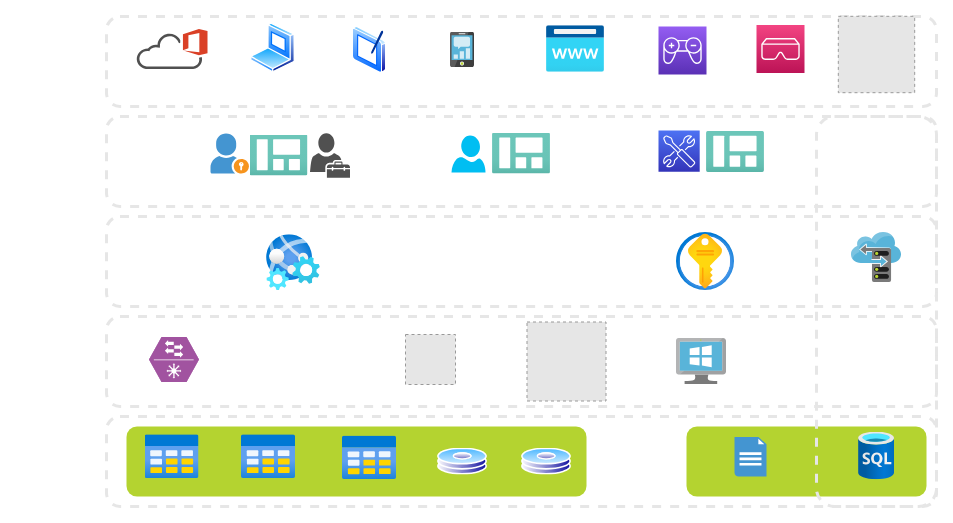
This is diagrama-plataforma-juegos-ecopetrol.drawio from atractorestudio/docs, a draw.io file, before an edit. Source tidied: cells renumbered, new cells numbered last; positions are measured from the earlier drawing's top-left corner, leaving out a move shared by most shapes. Both pictures are drawn from the tidied source at 100%, with x=0, y=0 at pixel (106, 16). Pictures stored in the file or linked from it are replaced by grey dashed boxes.
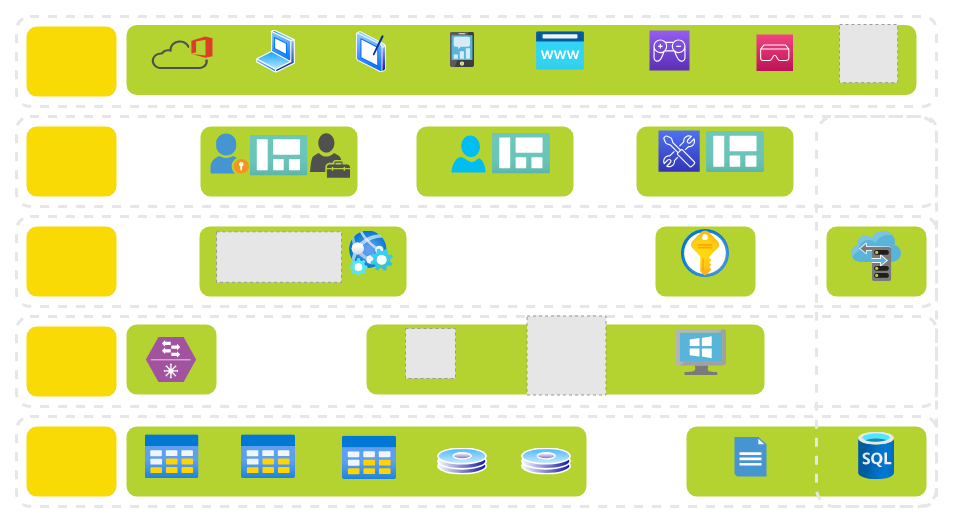
The same page after the edit.

The edit, as a diff of the source:
```diff
@@
+    <mxCell id="8" style="rounded=1;whiteSpace=wrap;html=1;dashed=1;strokeColor=#E6E6E6;strokeWidth=3;" parent="1" vertex="1">
+      <mxGeometry x="-90" width="920" height="90" as="geometry" />
+    </mxCell>
+    <mxCell id="39" style="rounded=1;whiteSpace=wrap;html=1;dashed=1;sketch=0;strokeWidth=3;strokeColor=none;fillColor=#B4D330;" parent="1" vertex="1">
+      <mxGeometry x="20" y="8.5" width="790" height="70" as="geometry" />
+    </mxCell>
+    <mxCell id="7" style="rounded=1;whiteSpace=wrap;html=1;dashed=1;strokeColor=#E6E6E6;strokeWidth=3;" parent="1" vertex="1">
+      <mxGeometry x="-90" y="100" width="920" height="90" as="geometry" />
+    </mxCell>
+    <mxCell id="40" style="rounded=1;whiteSpace=wrap;html=1;dashed=1;sketch=0;strokeWidth=3;strokeColor=none;fillColor=#B4D330;" parent="1" vertex="1">
+      <mxGeometry x="530" y="110" width="157" height="70" as="geometry" />
+    </mxCell>
+    <mxCell id="41" style="rounded=1;whiteSpace=wrap;html=1;dashed=1;sketch=0;strokeWidth=3;strokeColor=none;fillColor=#B4D330;" parent="1" vertex="1">
+      <mxGeometry x="310" y="110" width="157" height="70" as="geometry" />
+    </mxCell>
+    <mxCell id="42" style="rounded=1;whiteSpace=wrap;html=1;dashed=1;sketch=0;strokeWidth=3;strokeColor=none;fillColor=#B4D330;" parent="1" vertex="1">
+      <mxGeometry x="94" y="110" width="157" height="70" as="geometry" />
+    </mxCell>
+    <mxCell id="6" style="rounded=1;whiteSpace=wrap;html=1;dashed=1;strokeColor=#E6E6E6;strokeWidth=3;" parent="1" vertex="1">
+      <mxGeometry x="-90" y="200" width="920" height="90" as="geometry" />
+    </mxCell>
+    <mxCell id="43" style="rounded=1;whiteSpace=wrap;html=1;dashed=1;sketch=0;strokeWidth=3;strokeColor=none;fillColor=#B4D330;" parent="1" vertex="1">
+      <mxGeometry x="720" y="210" width="100" height="70" as="geometry" />
+    </mxCell>
+    <mxCell id="44" style="rounded=1;whiteSpace=wrap;html=1;dashed=1;sketch=0;strokeWidth=3;strokeColor=none;fillColor=#B4D330;" parent="1" vertex="1">
+      <mxGeometry x="549" y="210" width="100" height="70" as="geometry" />
+    </mxCell>
+    <mxCell id="45" style="rounded=1;whiteSpace=wrap;html=1;dashed=1;sketch=0;strokeWidth=3;strokeColor=none;fillColor=#B4D330;" parent="1" vertex="1">
+      <mxGeometry x="93" y="210" width="207" height="70" as="geometry" />
+    </mxCell>
+    <mxCell id="4" style="rounded=1;whiteSpace=wrap;html=1;dashed=1;strokeColor=#E6E6E6;strokeWidth=3;" parent="1" vertex="1">
+      <mxGeometry x="-90" y="300" width="920" height="90" as="geometry" />
+    </mxCell>
+    <mxCell id="46" style="rounded=1;whiteSpace=wrap;html=1;dashed=1;sketch=0;strokeWidth=3;strokeColor=none;fillColor=#B4D330;" parent="1" vertex="1">
+      <mxGeometry x="20" y="308" width="90" height="70" as="geometry" />
+    </mxCell>
+    <mxCell id="47" style="rounded=1;whiteSpace=wrap;html=1;dashed=1;sketch=0;strokeWidth=3;strokeColor=none;fillColor=#B4D330;" parent="1" vertex="1">
+      <mxGeometry x="260" y="308" width="398" height="70" as="geometry" />
+    </mxCell>
     <mxCell id="2" style="rounded=1;whiteSpace=wrap;html=1;dashed=1;strokeColor=#E6E6E6;strokeWidth=3;" parent="1" vertex="1">
-      <mxGeometry y="400" width="830" height="90" as="geometry" />
+      <mxGeometry x="-90" y="400" width="920" height="90" as="geometry" />
     </mxCell>
@@
-    <mxCell id="4" style="rounded=1;whiteSpace=wrap;html=1;dashed=1;strokeColor=#E6E6E6;strokeWidth=3;" parent="1" vertex="1">
-      <mxGeometry y="300" width="830" height="90" as="geometry" />
-    </mxCell>
@@
-    <mxCell id="6" style="rounded=1;whiteSpace=wrap;html=1;dashed=1;strokeColor=#E6E6E6;strokeWidth=3;" parent="1" vertex="1">
-      <mxGeometry y="200" width="830" height="90" as="geometry" />
-    </mxCell>
-    <mxCell id="7" style="rounded=1;whiteSpace=wrap;html=1;dashed=1;strokeColor=#E6E6E6;strokeWidth=3;" parent="1" vertex="1">
-      <mxGeometry y="100" width="830" height="90" as="geometry" />
-    </mxCell>
-    <mxCell id="8" style="rounded=1;whiteSpace=wrap;html=1;dashed=1;strokeColor=#E6E6E6;strokeWidth=3;" parent="1" vertex="1">
-      <mxGeometry width="830" height="90" as="geometry" />
-    </mxCell>
@@
     <mxCell id="15" style="html=1;align=center;image;fontSize=12;image=img/lib/azure2/preview/Web_Environment.svg;dashed=1;sketch=1;strokeColor=#E6E6E6;strokeWidth=3;fillColor=none;" parent="1" vertex="1">
-      <mxGeometry x="160" y="218.3" width="54" height="55.7" as="geometry" />
+      <mxGeometry x="243" y="214.6" width="44" height="45.4" as="geometry" />
     </mxCell>
     <mxCell id="16" style="html=1;align=center;image;fontSize=12;image=img/lib/azure2/security/Key_Vaults.svg;dashed=1;sketch=1;strokeColor=#E6E6E6;strokeWidth=3;fillColor=none;" parent="1" vertex="1">
-      <mxGeometry x="570" y="216" width="58" height="58" as="geometry" />
+      <mxGeometry x="575" y="213" width="48" height="48" as="geometry" />
     </mxCell>
@@
     <mxCell id="18" style="html=1;align=center;image;fontSize=12;image=img/lib/mscae/Storage_sync_service.svg;dashed=1;sketch=1;strokeColor=#E6E6E6;strokeWidth=3;fillColor=none;" parent="1" vertex="1">
-      <mxGeometry x="745" y="216" width="50" height="50" as="geometry" />
+      <mxGeometry x="745" y="215" width="50" height="50" as="geometry" />
     </mxCell>
     <mxCell id="19" style="shadow=0;dashed=0;html=1;strokeColor=none;fillColor=#505050;labelPosition=center;verticalLabelPosition=bottom;verticalAlign=top;align=center;shape=mxgraph.office.clouds.office_365;sketch=0;" parent="1" vertex="1">
-      <mxGeometry x="30" y="12.5" width="71" height="40" as="geometry" />
+      <mxGeometry x="45" y="20" width="61" height="32.5" as="geometry" />
     </mxCell>
     <mxCell id="20" style="perimeter=ellipsePerimeter;html=1;align=center;shadow=0;dashed=0;spacingTop=3;image;image=img/lib/active_directory/laptop_client.svg;sketch=0;strokeColor=#E6E6E6;strokeWidth=3;fillColor=none;" parent="1" vertex="1">
-      <mxGeometry x="144" y="6.5" width="45" height="50" as="geometry" />
+      <mxGeometry x="150" y="13.5" width="39" height="43.3" as="geometry" />
     </mxCell>
@@
     <mxCell id="22" style="perimeter=ellipsePerimeter;html=1;align=center;shadow=0;dashed=0;spacingTop=3;image;image=img/lib/active_directory/tablet_pc.svg;sketch=0;strokeColor=#E6E6E6;strokeWidth=3;fillColor=none;" parent="1" vertex="1">
-      <mxGeometry x="246" y="10.1" width="34" height="46.6" as="geometry" />
+      <mxGeometry x="250" y="15.1" width="30" height="41.1" as="geometry" />
     </mxCell>
     <mxCell id="23" style="html=1;align=center;image;fontSize=12;image=img/lib/azure2/app_services/App_Service_Domains.svg;dashed=1;sketch=0;strokeColor=#E6E6E6;strokeWidth=3;fillColor=none;" parent="1" vertex="1">
-      <mxGeometry x="440" y="9.3" width="58" height="46.4" as="geometry" />
+      <mxGeometry x="430" y="15.3" width="48" height="38.4" as="geometry" />
     </mxCell>
     <mxCell id="24" style="fontColor=#232F3E;gradientColor=#945DF2;gradientDirection=north;fillColor=#5A30B5;strokeColor=#ffffff;dashed=0;verticalLabelPosition=bottom;verticalAlign=top;align=center;html=1;fontSize=12;fontStyle=0;shape=mxgraph.aws4.resourceIcon;resIcon=mxgraph.aws4.game_tech2;sketch=0;" parent="1" vertex="1">
-      <mxGeometry x="552" y="10.1" width="48" height="48" as="geometry" />
+      <mxGeometry x="543" y="14.1" width="40" height="40" as="geometry" />
     </mxCell>
     <mxCell id="25" style="fillColor=#E6E6E6;strokeColor=#999999;dashed=1;html=1;verticalAlign=top;verticalLabelPosition=bottom;labelBackgroundColor=#ffffff;" parent="1" vertex="1">
-      <mxGeometry x="731.8" y="-0.2" width="76.4" height="76.4" as="geometry" />
+      <mxGeometry x="733" y="8" width="58.2" height="58.2" as="geometry" />
     </mxCell>
     <mxCell id="26" style="fontColor=#232F3E;gradientColor=#F34482;gradientDirection=north;fillColor=#BC1356;strokeColor=#ffffff;dashed=0;verticalLabelPosition=bottom;verticalAlign=top;align=center;html=1;fontSize=12;fontStyle=0;shape=mxgraph.aws4.resourceIcon;resIcon=mxgraph.aws4.ar_vr;sketch=0;" parent="1" vertex="1">
-      <mxGeometry x="650" y="8.5" width="48" height="48" as="geometry" />
+      <mxGeometry x="650" y="18" width="36.5" height="36.5" as="geometry" />
     </mxCell>
@@
     <mxCell id="35" style="html=1;align=center;image;fontSize=12;image=img/lib/mscae/VirtualMachineWindows.svg;dashed=1;sketch=0;strokeColor=#E6E6E6;strokeWidth=3;fillColor=#B4D330;" parent="1" vertex="1">
-      <mxGeometry x="570" y="322" width="50" height="46" as="geometry" />
+      <mxGeometry x="570" y="313" width="50" height="46" as="geometry" />
     </mxCell>
     <mxCell id="36" style="fillColor=#E6E6E6;strokeColor=#999999;dashed=1;html=1;verticalAlign=top;verticalLabelPosition=bottom;labelBackgroundColor=#ffffff;" parent="1" vertex="1">
-      <mxGeometry x="420.5" y="305.5" width="79" height="79" as="geometry" />
+      <mxGeometry x="420.5" y="299.5" width="79" height="79" as="geometry" />
     </mxCell>
     <mxCell id="37" style="fillColor=#E6E6E6;strokeColor=#999999;dashed=1;verticalLabelPosition=bottom;labelBackgroundColor=#ffffff;verticalAlign=top;" parent="1" vertex="1">
-      <mxGeometry x="299" y="318" width="50" height="50" as="geometry" />
+      <mxGeometry x="299" y="312" width="50" height="50" as="geometry" />
     </mxCell>
     <mxCell id="38" style="verticalLabelPosition=bottom;html=1;fillColor=#A153A0;strokeColor=#ffffff;verticalAlign=top;align=center;shape=mxgraph.cisco_safe.compositeIcon;bgIcon=mxgraph.cisco_safe.design.blank_device;resIcon=mxgraph.cisco_safe.design.distribution_switch;dashed=1;sketch=0;" parent="1" vertex="1">
-      <mxGeometry x="42.5" y="320.5" width="50" height="45" as="geometry" />
+      <mxGeometry x="39.5" y="320.5" width="50" height="45" as="geometry" />
     </mxCell>
+    <mxCell id="48" style="rounded=1;whiteSpace=wrap;html=1;dashed=1;sketch=0;strokeWidth=3;strokeColor=none;fillColor=#F9DA05;" parent="1" vertex="1">
+      <mxGeometry x="-80" y="310" width="90" height="70" as="geometry" />
+    </mxCell>
+    <mxCell id="49" style="rounded=1;whiteSpace=wrap;html=1;dashed=1;sketch=0;strokeWidth=3;strokeColor=none;fillColor=#F9DA05;" parent="1" vertex="1">
+      <mxGeometry x="-80" y="410" width="90" height="70" as="geometry" />
+    </mxCell>
+    <mxCell id="50" style="rounded=1;whiteSpace=wrap;html=1;dashed=1;sketch=0;strokeWidth=3;strokeColor=none;fillColor=#F9DA05;" parent="1" vertex="1">
+      <mxGeometry x="-80" y="110" width="90" height="70" as="geometry" />
+    </mxCell>
+    <mxCell id="51" style="rounded=1;whiteSpace=wrap;html=1;dashed=1;sketch=0;strokeWidth=3;strokeColor=none;fillColor=#F9DA05;" parent="1" vertex="1">
+      <mxGeometry x="-80" y="210" width="90" height="70" as="geometry" />
+    </mxCell>
+    <mxCell id="52" style="rounded=1;whiteSpace=wrap;html=1;dashed=1;sketch=0;strokeWidth=3;strokeColor=none;fillColor=#F9DA05;" parent="1" vertex="1">
+      <mxGeometry x="-80" y="10" width="90" height="70" as="geometry" />
+    </mxCell>
+    <mxCell id="53" style="fillColor=#E6E6E6;strokeColor=#999999;dashed=1;verticalLabelPosition=bottom;labelBackgroundColor=#ffffff;verticalAlign=top;" parent="1" vertex="1">
+      <mxGeometry x="110" y="215.3" width="125" height="50.5" as="geometry" />
+    </mxCell>
```
